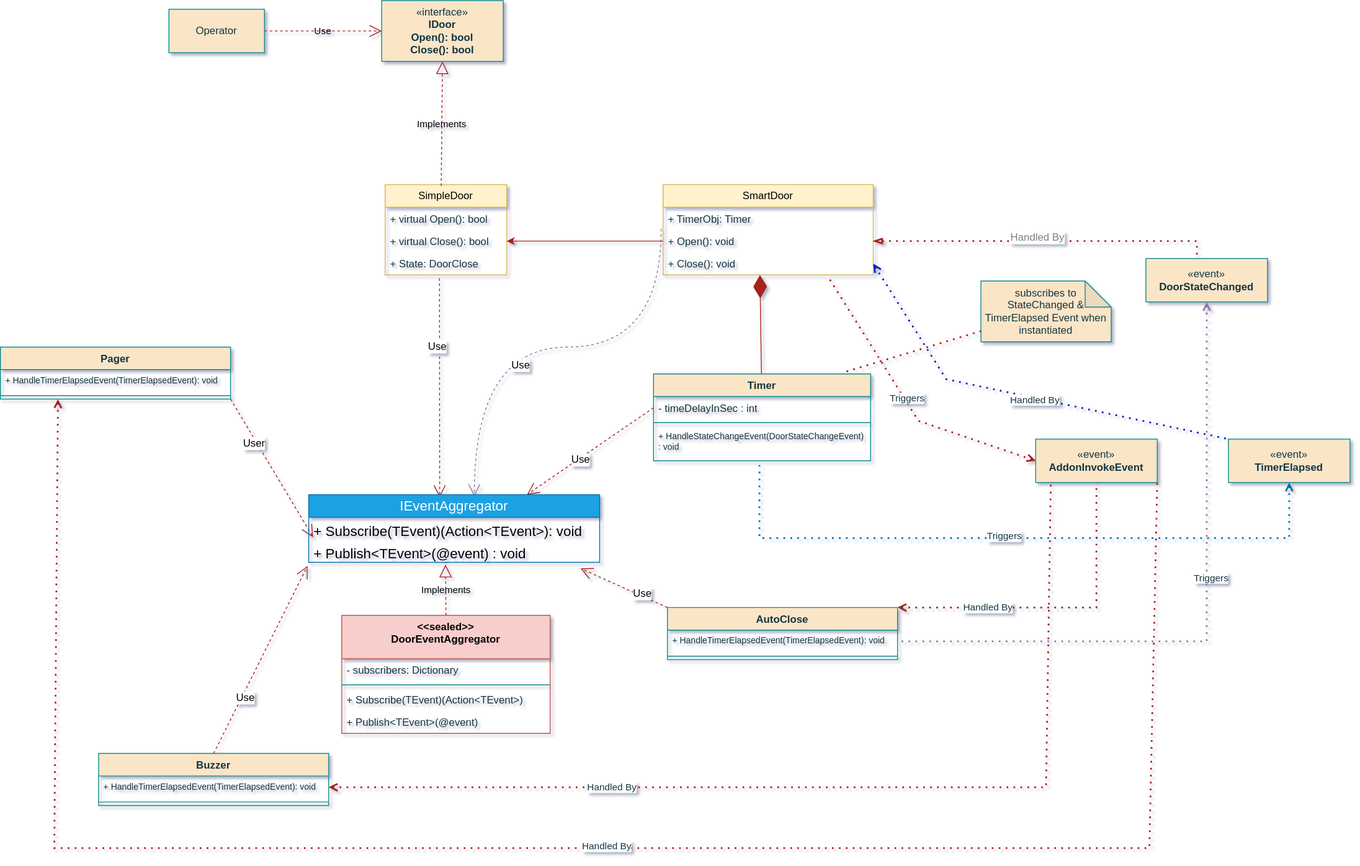
The draw.io diagram DoorModelEventAggregator.drawio.svg in sameert89/DoorEventAggregatorPattern, before a commit. Source tidied: cells renumbered, new cells last; positions are measured from the earlier drawing's top-left corner, leaving out a move shared by most shapes.
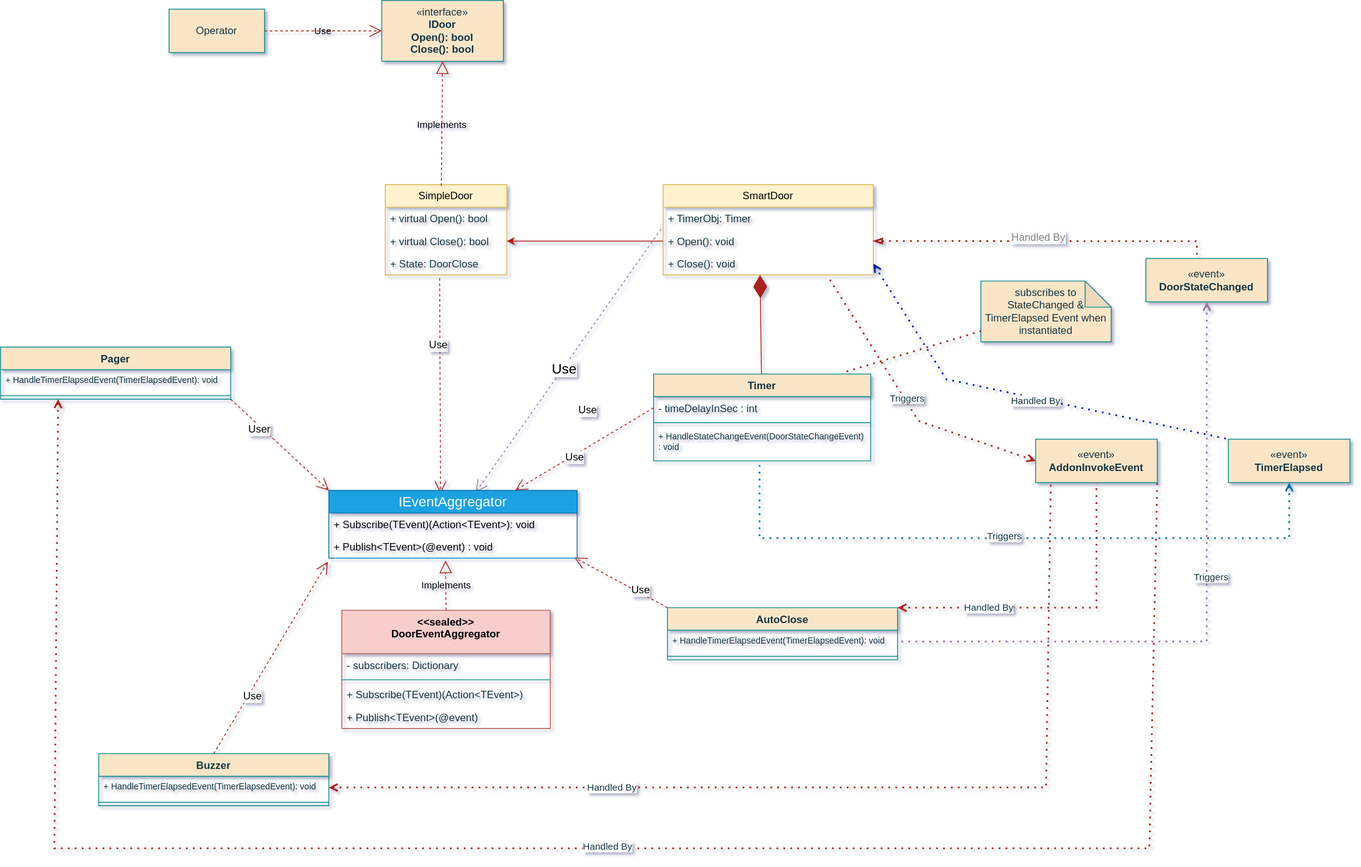
After the commit.

Diff of the diagram source:
```diff
@@ -53,19 +53,17 @@
     <mxCell id="18" value="Use" style="edgeLabel;html=1;align=center;verticalAlign=middle;fontSize=12;" parent="17" vertex="1">
       <mxGeometry x="-0.38" y="-3" relative="1" as="geometry" />
     </mxCell>
-    <mxCell id="19" style="endArrow=open;endSize=12;dashed=1;html=1;rounded=0;exitX=-0.009;exitY=0.959;exitDx=0;exitDy=0;exitPerimeter=0;entryX=0.569;entryY=0.026;entryDx=0;entryDy=0;entryPerimeter=0;edgeStyle=orthogonalEdgeStyle;elbow=vertical;curved=1;labelBackgroundColor=default;strokeColor=#9673a6;fontColor=default;fillColor=#e1d5e7;" parent="1" edge="1" source="9" target="67">
-      <mxGeometry relative="1" as="geometry">
-        <Array as="points">
-          <mxPoint x="761" y="399" />
-          <mxPoint x="546" y="399" />
-        </Array>
-      </mxGeometry>
+    <mxCell id="19" style="endArrow=open;endSize=12;dashed=1;html=1;rounded=0;exitX=-0.009;exitY=0.959;exitDx=0;exitDy=0;exitPerimeter=0;elbow=vertical;labelBackgroundColor=default;strokeColor=#9673a6;fontColor=default;fillColor=#e1d5e7;entryX=0.591;entryY=0.031;entryDx=0;entryDy=0;entryPerimeter=0;" parent="1" edge="1" source="9" target="67">
+      <mxGeometry relative="1" as="geometry" />
     </mxCell>
     <mxCell id="20" value="Use" style="edgeLabel;html=1;align=center;verticalAlign=middle;fontSize=12;" parent="19" vertex="1">
       <mxGeometry x="0.29" y="15" relative="1" as="geometry">
         <mxPoint x="39" y="5" as="offset" />
       </mxGeometry>
     </mxCell>
+    <mxCell id="71" value="Use" style="edgeLabel;html=1;align=center;verticalAlign=middle;fontSize=16;" parent="19" vertex="1">
+      <mxGeometry x="0.06" relative="1" as="geometry" />
+    </mxCell>
     <mxCell id="21" style="endArrow=open;endSize=12;dashed=1;html=1;rounded=0;exitX=0;exitY=0.5;exitDx=0;exitDy=0;entryX=0.75;entryY=0;entryDx=0;entryDy=0;labelBackgroundColor=default;strokeColor=#A8201A;fontColor=default;" parent="1" edge="1" source="13" target="67">
       <mxGeometry relative="1" as="geometry" />
     </mxCell>
@@ -73,7 +71,7 @@
       <mxGeometry x="0.16" y="1" relative="1" as="geometry" />
     </mxCell>
     <mxCell id="23" value="&amp;lt;&amp;lt;sealed&amp;gt;&amp;gt;&lt;br&gt;DoorEventAggregator" style="swimlane;fontStyle=1;align=center;verticalAlign=top;horizontal=1;startSize=50;whiteSpace=wrap;html=1;labelBackgroundColor=none;fillColor=#f8cecc;strokeColor=#b85450;" parent="1" vertex="1">
-      <mxGeometry x="393" y="708" width="240" height="136" as="geometry" />
+      <mxGeometry x="393" y="702" width="240" height="136" as="geometry" />
     </mxCell>
     <mxCell id="24" value="- subscribers: Dictionary" style="text;strokeColor=none;fillColor=none;align=left;verticalAlign=top;spacingLeft=4;spacingRight=4;overflow=hidden;whiteSpace=wrap;html=1;labelBackgroundColor=none;fontColor=#143642;" parent="23" vertex="1">
       <mxGeometry y="50" width="240" height="26" as="geometry" />
@@ -192,10 +190,8 @@
     <mxCell id="55" value="Handled By" style="edgeLabel;html=1;align=center;verticalAlign=middle;fontSize=12;fontColor=#808080;" parent="54" vertex="1">
       <mxGeometry x="-0.04" y="5" relative="1" as="geometry" />
     </mxCell>
-    <mxCell id="56" style="endArrow=open;endSize=12;dashed=1;html=1;rounded=0;exitX=1;exitY=1;exitDx=0;exitDy=0;labelBackgroundColor=default;strokeColor=#A8201A;fontColor=default;" parent="1" edge="1" source="40">
-      <mxGeometry relative="1" as="geometry">
-        <mxPoint x="360" y="618" as="targetPoint" />
-      </mxGeometry>
+    <mxCell id="56" style="endArrow=open;endSize=12;dashed=1;html=1;rounded=0;exitX=1;exitY=1;exitDx=0;exitDy=0;labelBackgroundColor=default;strokeColor=#A8201A;fontColor=default;entryX=0;entryY=0;entryDx=0;entryDy=0;" parent="1" edge="1" source="40" target="67">
+      <mxGeometry relative="1" as="geometry" />
     </mxCell>
     <mxCell id="57" value="User" style="edgeLabel;html=1;align=center;verticalAlign=middle;fontSize=12;" parent="56" vertex="1">
       <mxGeometry x="-0.38" y="-3" relative="1" as="geometry" />
@@ -206,10 +202,8 @@
     <mxCell id="59" value="Use" style="edgeLabel;html=1;align=center;verticalAlign=middle;fontSize=12;" parent="58" vertex="1">
       <mxGeometry x="-0.38" y="-3" relative="1" as="geometry" />
     </mxCell>
-    <mxCell id="60" style="endArrow=open;endSize=12;dashed=1;html=1;rounded=0;exitX=0;exitY=0;exitDx=0;exitDy=0;labelBackgroundColor=default;strokeColor=#A8201A;fontColor=default;" parent="1" edge="1" source="43">
-      <mxGeometry relative="1" as="geometry">
-        <mxPoint x="668" y="654" as="targetPoint" />
-      </mxGeometry>
+    <mxCell id="60" style="endArrow=open;endSize=12;dashed=1;html=1;rounded=0;exitX=0;exitY=0;exitDx=0;exitDy=0;labelBackgroundColor=default;strokeColor=#A8201A;fontColor=default;entryX=0.989;entryY=0.973;entryDx=0;entryDy=0;entryPerimeter=0;" parent="1" edge="1" source="43" target="69">
+      <mxGeometry relative="1" as="geometry" />
     </mxCell>
     <mxCell id="61" value="Use" style="edgeLabel;html=1;align=center;verticalAlign=middle;fontSize=12;" parent="60" vertex="1">
       <mxGeometry x="-0.38" y="-3" relative="1" as="geometry" />
@@ -240,13 +234,13 @@
       <mxGeometry x="0.04" y="-3" relative="1" as="geometry" />
     </mxCell>
     <mxCell id="67" value="IEventAggregator" style="swimlane;fontStyle=0;horizontal=1;startSize=26;fillColor=#1ba1e2;whiteSpace=wrap;html=1;fontSize=16;fontColor=#ffffff;strokeColor=#006EAF;" parent="1" vertex="1">
-      <mxGeometry x="355" y="569" width="335" height="78" as="geometry" />
+      <mxGeometry x="378" y="564" width="286" height="78" as="geometry" />
     </mxCell>
-    <mxCell id="68" value="+ Subscribe(TEvent)(Action&amp;lt;TEvent&amp;gt;): void" style="text;strokeColor=none;fillColor=none;align=left;verticalAlign=top;spacingLeft=4;spacingRight=4;overflow=hidden;whiteSpace=wrap;html=1;fontSize=16;" parent="67" vertex="1">
-      <mxGeometry y="26" width="335" height="26" as="geometry" />
+    <mxCell id="68" value="+ Subscribe(TEvent)(Action&amp;lt;TEvent&amp;gt;): void" style="text;strokeColor=none;fillColor=none;align=left;verticalAlign=top;spacingLeft=4;spacingRight=4;overflow=hidden;whiteSpace=wrap;html=1;fontSize=12;" parent="67" vertex="1">
+      <mxGeometry y="26" width="286" height="26" as="geometry" />
     </mxCell>
-    <mxCell id="69" value="+ Publish&amp;lt;TEvent&amp;gt;(@event) : void" style="text;strokeColor=none;fillColor=none;align=left;verticalAlign=top;spacingLeft=4;spacingRight=4;overflow=hidden;points=[[0,0.5],[1,0.5]];portConstraint=eastwest;whiteSpace=wrap;html=1;fontSize=16;" parent="67" vertex="1">
-      <mxGeometry y="52" width="335" height="26" as="geometry" />
+    <mxCell id="69" value="+ Publish&amp;lt;TEvent&amp;gt;(@event) : void" style="text;strokeColor=none;fillColor=none;align=left;verticalAlign=top;spacingLeft=4;spacingRight=4;overflow=hidden;points=[[0,0.5],[1,0.5]];portConstraint=eastwest;whiteSpace=wrap;html=1;fontSize=12;" parent="67" vertex="1">
+      <mxGeometry y="52" width="286" height="26" as="geometry" />
     </mxCell>
     <mxCell id="70" value="Implements" style="endArrow=block;dashed=1;endFill=0;endSize=12;html=1;rounded=0;labelBackgroundColor=none;strokeColor=#A8201A;fontColor=default;entryX=0.5;entryY=1;entryDx=0;entryDy=0;exitX=0.461;exitY=0.014;exitDx=0;exitDy=0;exitPerimeter=0;" parent="1" edge="1" source="4" target="30">
       <mxGeometry relative="1" as="geometry" />
```
